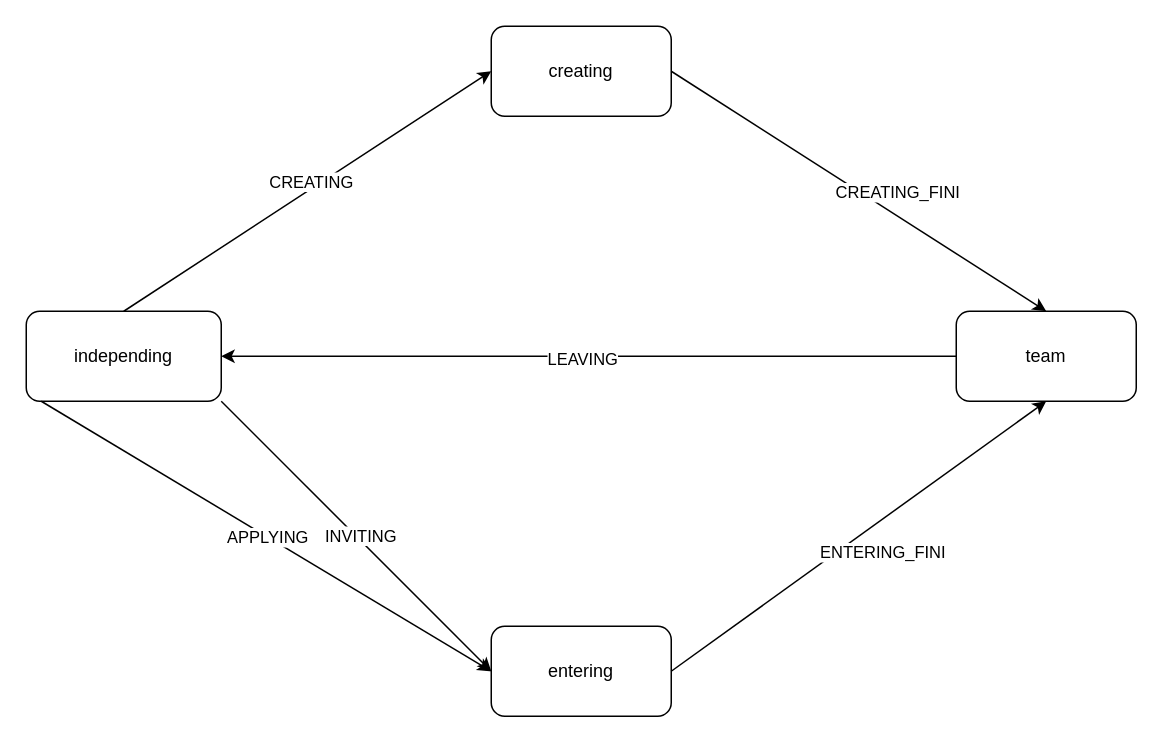
This is 组队状态机.drawio from junpfeng/UE, a draw.io file, before an edit. Source tidied: cells renumbered, new cells numbered last; positions are measured from the earlier drawing's top-left corner, leaving out a move shared by most shapes. Both pictures are drawn from the tidied source at 150%, with x=0, y=0 at pixel (26, 26).
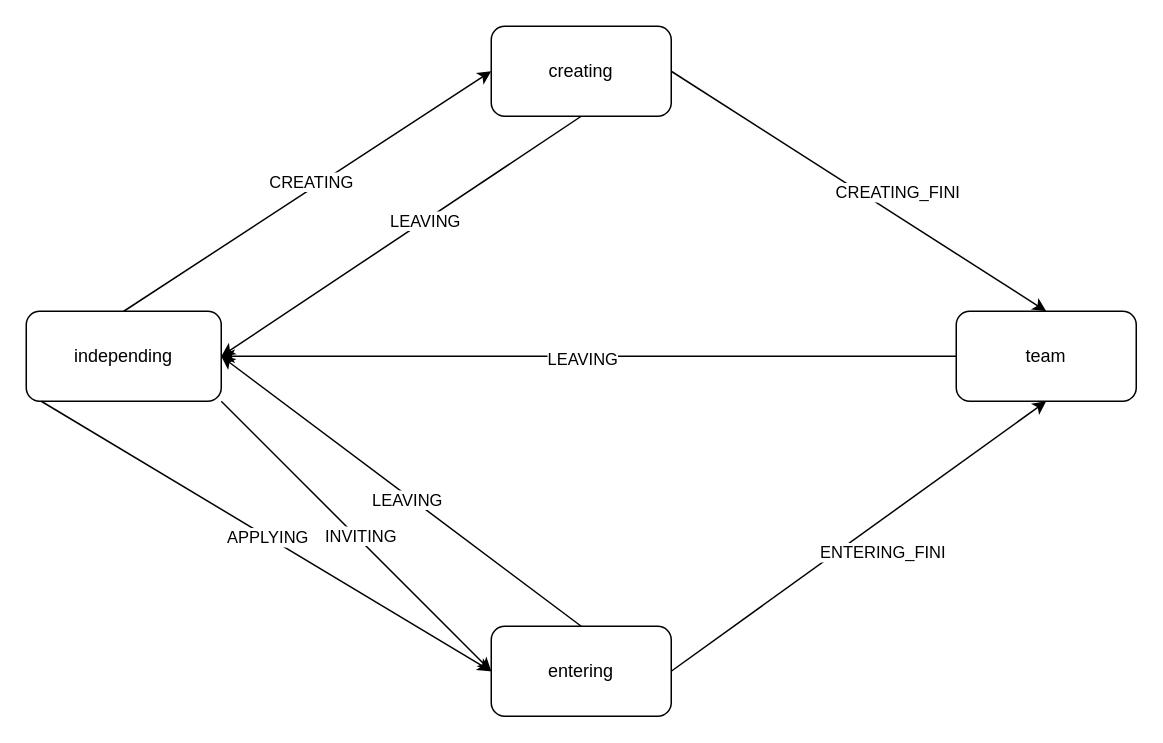
The same page after the edit.

Commit message:
更新组队状态机.drawio

Unchanged cells that the change refers to:
```xml
<mxCell id="6" value="creating" style="rounded=1;whiteSpace=wrap;html=1;" parent="1" vertex="1">
  <mxGeometry x="310" width="120" height="60" as="geometry" />
</mxCell>
<mxCell id="7" value="entering" style="rounded=1;whiteSpace=wrap;html=1;" parent="1" vertex="1">
  <mxGeometry x="310" y="400" width="120" height="60" as="geometry" />
</mxCell>
```

Diff of the diagram source:
```diff
@@
+    <mxCell id="18" style="endArrow=classic;html=1;rounded=0;exitX=0.5;exitY=0;exitDx=0;exitDy=0;" parent="1" edge="1" source="7">
+      <mxGeometry relative="1" as="geometry">
+        <mxPoint x="130" y="220" as="targetPoint" />
+      </mxGeometry>
+    </mxCell>
+    <mxCell id="19" style="endArrow=classic;html=1;rounded=0;exitX=0.5;exitY=1;exitDx=0;exitDy=0;" parent="1" edge="1" source="6">
+      <mxGeometry relative="1" as="geometry">
+        <mxPoint x="130" y="220" as="targetPoint" />
+      </mxGeometry>
+    </mxCell>
+    <mxCell id="20" value="LEAVING" style="edgeLabel;html=1;align=center;verticalAlign=middle;" parent="1" vertex="1">
+      <mxGeometry x="380.8" y="231" as="geometry">
+        <mxPoint x="-127" y="84" as="offset" />
+      </mxGeometry>
+    </mxCell>
+    <mxCell id="21" value="LEAVING" style="edgeLabel;html=1;align=center;verticalAlign=middle;" parent="1" vertex="1">
+      <mxGeometry x="390.8" y="241" as="geometry">
+        <mxPoint x="-125" y="-112" as="offset" />
+      </mxGeometry>
+    </mxCell>
```
